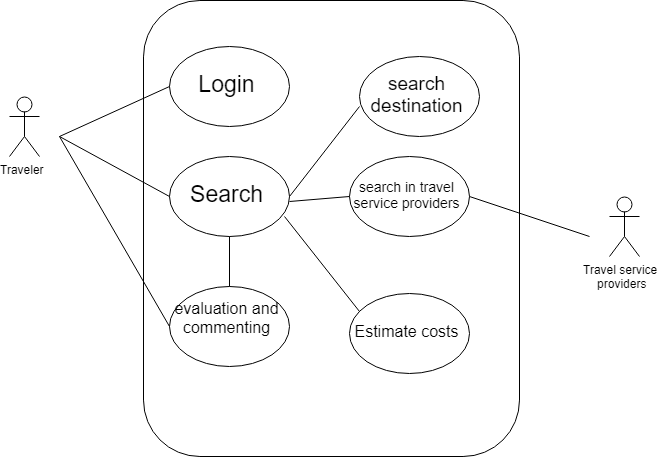
group-c/sw-project keeps this draw.io diagram as UseCase.png. Above is the earlier version. Source tidied: cells renumbered, new cells last; positions are measured from the earlier drawing's top-left corner, leaving out a move shared by most shapes.
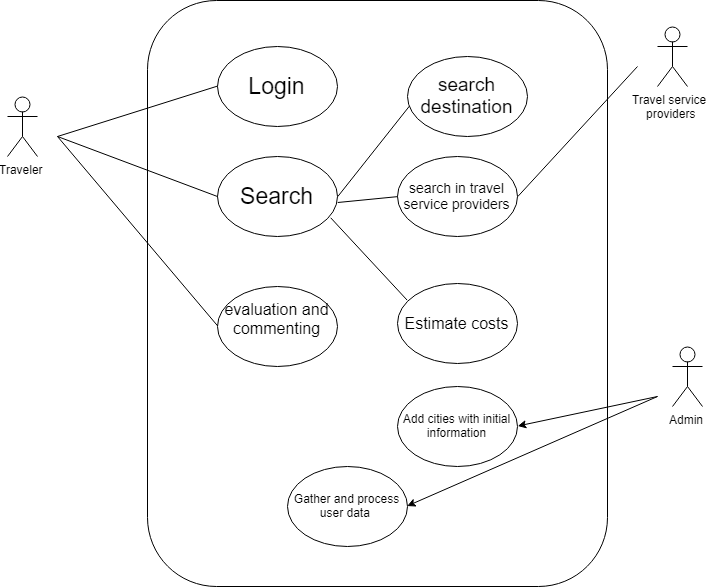
The same file after the commit.

Commit message:
Added Actor "Admin" to Usecase diagram. Reyhaneh

Diff of the diagram source:
```diff
@@ -3,10 +3,10 @@
     <mxCell id="0" />
     <mxCell id="1" parent="0" />
     <mxCell id="2" value="Traveler&lt;br&gt;&lt;br&gt;" style="shape=umlActor;verticalLabelPosition=bottom;labelBackgroundColor=#ffffff;verticalAlign=top;html=1;" parent="1" vertex="1">
-      <mxGeometry y="96" width="30" height="60" as="geometry" />
+      <mxGeometry x="-50" y="96" width="30" height="60" as="geometry" />
     </mxCell>
     <mxCell id="3" style="rounded=1;whiteSpace=wrap;html=1;" parent="1" vertex="1">
-      <mxGeometry x="134" width="376" height="456" as="geometry" />
+      <mxGeometry x="90" width="460" height="586" as="geometry" />
     </mxCell>
     <mxCell id="4" value="&lt;font style=&quot;font-size: 23px&quot;&gt;Login&lt;/font&gt;" style="ellipse;whiteSpace=wrap;html=1;" parent="1" vertex="1">
       <mxGeometry x="160" y="46" width="120" height="80" as="geometry" />
@@ -21,7 +21,7 @@
       <mxGeometry relative="1" as="geometry" />
     </mxCell>
     <mxCell id="8" value="Travel service&amp;nbsp;&lt;br&gt;providers&lt;br&gt;" style="shape=umlActor;verticalLabelPosition=bottom;labelBackgroundColor=#ffffff;verticalAlign=top;html=1;" parent="1" vertex="1">
-      <mxGeometry x="600" y="196" width="30" height="60" as="geometry" />
+      <mxGeometry x="600" y="26" width="30" height="60" as="geometry" />
     </mxCell>
     <mxCell id="9" value="&lt;font style=&quot;font-size: 19px&quot;&gt;search destination&lt;br&gt;&lt;/font&gt;" style="ellipse;whiteSpace=wrap;html=1;" parent="1" vertex="1">
       <mxGeometry x="350" y="56" width="120" height="80" as="geometry" />
@@ -34,32 +34,48 @@
     </mxCell>
     <mxCell id="12" style="endArrow=none;html=1;entryX=0;entryY=0.5;entryDx=0;entryDy=0;" parent="1" edge="1" target="4">
       <mxGeometry relative="1" as="geometry">
-        <mxPoint x="50" y="136" as="sourcePoint" />
+        <mxPoint y="136" as="sourcePoint" />
       </mxGeometry>
     </mxCell>
     <mxCell id="13" style="endArrow=none;html=1;exitX=0;exitY=0.5;exitDx=0;exitDy=0;" parent="1" edge="1" source="5">
       <mxGeometry relative="1" as="geometry">
-        <mxPoint x="50" y="136" as="targetPoint" />
+        <mxPoint y="136" as="targetPoint" />
       </mxGeometry>
     </mxCell>
     <mxCell id="14" style="endArrow=none;html=1;exitX=0;exitY=0.5;exitDx=0;exitDy=0;" parent="1" edge="1" source="6">
       <mxGeometry relative="1" as="geometry">
-        <mxPoint x="50" y="136" as="targetPoint" />
+        <mxPoint y="136" as="targetPoint" />
       </mxGeometry>
     </mxCell>
     <mxCell id="15" style="endArrow=none;html=1;exitX=1;exitY=0.5;exitDx=0;exitDy=0;" parent="1" edge="1" source="10">
       <mxGeometry relative="1" as="geometry">
-        <mxPoint x="580" y="236" as="targetPoint" />
+        <mxPoint x="580" y="66" as="targetPoint" />
       </mxGeometry>
     </mxCell>
     <mxCell id="16" value="&lt;font style=&quot;font-size: 16px&quot;&gt;Estimate costs&lt;/font&gt;" style="ellipse;whiteSpace=wrap;html=1;" parent="1" vertex="1">
-      <mxGeometry x="340" y="293" width="120" height="80" as="geometry" />
+      <mxGeometry x="340" y="283" width="120" height="80" as="geometry" />
     </mxCell>
     <mxCell id="17" style="endArrow=none;html=1;entryX=0.948;entryY=0.765;entryDx=0;entryDy=0;entryPerimeter=0;exitX=0.079;exitY=0.207;exitDx=0;exitDy=0;exitPerimeter=0;" parent="1" edge="1" source="16" target="5">
       <mxGeometry relative="1" as="geometry" />
     </mxCell>
-    <mxCell id="18" style="endArrow=none;html=1;exitX=0.5;exitY=0;exitDx=0;exitDy=0;entryX=0.5;entryY=1;entryDx=0;entryDy=0;" parent="1" edge="1" source="6" target="5">
-      <mxGeometry relative="1" as="geometry" />
-    </mxCell>
+    <mxCell id="19" value="Admin&lt;br&gt;&lt;br&gt;" style="shape=umlActor;verticalLabelPosition=bottom;labelBackgroundColor=#ffffff;verticalAlign=top;html=1;" parent="1" vertex="1">
+      <mxGeometry x="615" y="346" width="30" height="60" as="geometry" />
+    </mxCell>
+    <mxCell id="20" value="Add cities with initial information&lt;br&gt;" style="ellipse;whiteSpace=wrap;html=1;" parent="1" vertex="1">
+      <mxGeometry x="340" y="386" width="120" height="80" as="geometry" />
+    </mxCell>
+    <mxCell id="21" style="endArrow=classic;html=1;entryX=1;entryY=0.5;entryDx=0;entryDy=0;" parent="1" edge="1" target="20">
+      <mxGeometry relative="1" as="geometry">
+        <mxPoint x="600" y="396" as="sourcePoint" />
+      </mxGeometry>
+    </mxCell>
+    <mxCell id="22" value="Gather and process user data&amp;nbsp;" style="ellipse;whiteSpace=wrap;html=1;" parent="1" vertex="1">
+      <mxGeometry x="230" y="466" width="120" height="80" as="geometry" />
+    </mxCell>
+    <mxCell id="23" style="endArrow=classic;html=1;entryX=1;entryY=0.5;entryDx=0;entryDy=0;" parent="1" edge="1" target="22">
+      <mxGeometry relative="1" as="geometry">
+        <mxPoint x="600" y="396" as="sourcePoint" />
+      </mxGeometry>
+    </mxCell>
   </root>
 </mxGraphModel>
```
